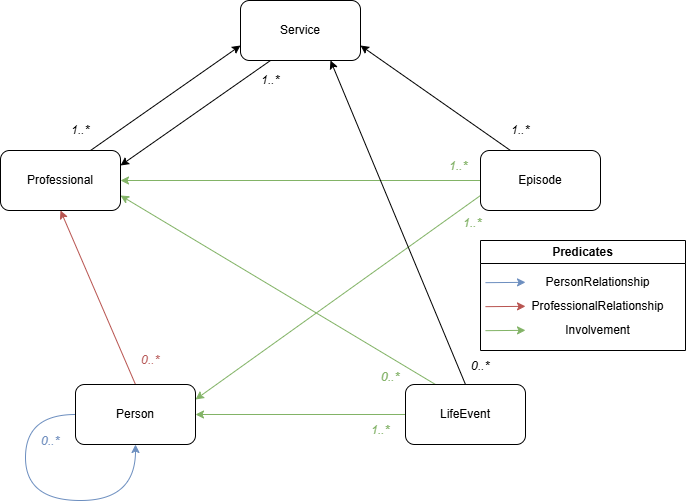
Before: logical_model.drawio.png, a diagram exported from draw.io (SocialCareData/logical-model). Source tidied: cells renumbered, new cells last; positions are measured from the earlier drawing's top-left corner, leaving out a move shared by most shapes.
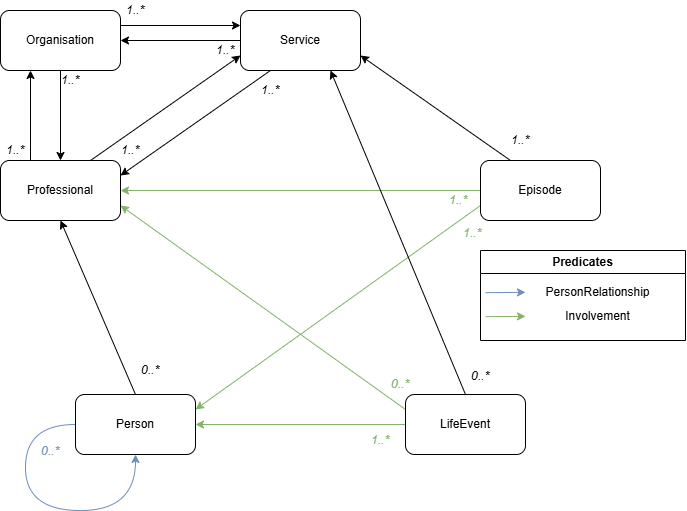
After the commit.

What changed in the source:
```diff
@@ -5,7 +5,10 @@
     <mxCell id="2" style="edgeStyle=none;rounded=0;jettySize=auto;html=1;exitX=0.25;exitY=1;exitDx=0;exitDy=0;entryX=1;entryY=0.25;entryDx=0;entryDy=0;" parent="1" edge="1" source="3" target="15">
       <mxGeometry relative="1" as="geometry" />
     </mxCell>
+    <mxCell id="34" style="edgeStyle=orthogonalEdgeStyle;rounded=0;jettySize=auto;html=1;exitX=0;exitY=0.5;exitDx=0;exitDy=0;entryX=1;entryY=0.5;entryDx=0;entryDy=0;" parent="1" edge="1" source="3" target="38">
+      <mxGeometry relative="1" as="geometry" />
+    </mxCell>
-    <mxCell id="3" value="Service" style="rounded=1;whiteSpace=wrap;html=1;" parent="1" vertex="1">
+    <mxCell id="3" value="Service" style="rounded=1;whiteSpace=wrap;html=1;fillColor=default;" parent="1" vertex="1">
       <mxGeometry x="240" width="120" height="60" as="geometry" />
     </mxCell>
     <mxCell id="4" style="edgeStyle=none;rounded=0;jettySize=auto;html=1;exitX=0;exitY=0.5;exitDx=0;exitDy=0;entryX=1;entryY=0.5;entryDx=0;entryDy=0;fillColor=#d5e8d4;strokeColor=#82b366;" parent="1" edge="1" source="7" target="15">
@@ -17,31 +20,34 @@
     <mxCell id="6" style="edgeStyle=none;rounded=0;jettySize=auto;html=1;exitX=0.25;exitY=0;exitDx=0;exitDy=0;entryX=1;entryY=0.75;entryDx=0;entryDy=0;" parent="1" edge="1" source="7" target="3">
       <mxGeometry relative="1" as="geometry" />
     </mxCell>
-    <mxCell id="7" value="Episode" style="rounded=1;whiteSpace=wrap;html=1;" parent="1" vertex="1">
+    <mxCell id="7" value="Episode" style="rounded=1;whiteSpace=wrap;html=1;fillColor=default;" parent="1" vertex="1">
       <mxGeometry x="480" y="150" width="120" height="60" as="geometry" />
     </mxCell>
     <mxCell id="8" style="edgeStyle=none;rounded=0;jettySize=auto;html=1;exitX=0.5;exitY=0;exitDx=0;exitDy=0;entryX=0.75;entryY=1;entryDx=0;entryDy=0;" parent="1" edge="1" source="11" target="3">
       <mxGeometry relative="1" as="geometry" />
     </mxCell>
-    <mxCell id="9" style="edgeStyle=none;rounded=0;jettySize=auto;html=1;exitX=0.25;exitY=0;exitDx=0;exitDy=0;entryX=1;entryY=0.75;entryDx=0;entryDy=0;fillColor=#d5e8d4;strokeColor=#82b366;" parent="1" edge="1" source="11" target="15">
+    <mxCell id="9" style="edgeStyle=none;rounded=0;jettySize=auto;html=1;exitX=0;exitY=0.25;exitDx=0;exitDy=0;entryX=1;entryY=0.75;entryDx=0;entryDy=0;fillColor=#d5e8d4;strokeColor=#82b366;" parent="1" edge="1" source="11" target="15">
       <mxGeometry relative="1" as="geometry" />
     </mxCell>
     <mxCell id="10" style="edgeStyle=none;rounded=0;jettySize=auto;html=1;exitX=0;exitY=0.5;exitDx=0;exitDy=0;entryX=1;entryY=0.5;entryDx=0;entryDy=0;fillColor=#d5e8d4;strokeColor=#82b366;" parent="1" edge="1" source="11" target="13">
       <mxGeometry relative="1" as="geometry" />
     </mxCell>
-    <mxCell id="11" value="LifeEvent" style="rounded=1;whiteSpace=wrap;html=1;" parent="1" vertex="1">
+    <mxCell id="11" value="LifeEvent" style="rounded=1;whiteSpace=wrap;html=1;fillColor=default;" parent="1" vertex="1">
       <mxGeometry x="405" y="384" width="120" height="60" as="geometry" />
     </mxCell>
-    <mxCell id="12" style="edgeStyle=none;rounded=0;jettySize=auto;html=1;exitX=0.5;exitY=0;exitDx=0;exitDy=0;entryX=0.5;entryY=1;entryDx=0;entryDy=0;fillColor=#f8cecc;strokeColor=#b85450;" parent="1" edge="1" source="13" target="15">
+    <mxCell id="12" style="edgeStyle=none;rounded=0;jettySize=auto;html=1;exitX=0.5;exitY=0;exitDx=0;exitDy=0;entryX=0.5;entryY=1;entryDx=0;entryDy=0;fillColor=#f8cecc;strokeColor=#000000;" parent="1" edge="1" source="13" target="15">
       <mxGeometry relative="1" as="geometry" />
     </mxCell>
-    <mxCell id="13" value="Person" style="rounded=1;whiteSpace=wrap;html=1;" parent="1" vertex="1">
+    <mxCell id="13" value="Person" style="rounded=1;whiteSpace=wrap;html=1;fillColor=default;" parent="1" vertex="1">
       <mxGeometry x="75" y="384" width="120" height="60" as="geometry" />
     </mxCell>
     <mxCell id="14" style="edgeStyle=none;rounded=0;jettySize=auto;html=1;exitX=0.75;exitY=0;exitDx=0;exitDy=0;entryX=0;entryY=0.75;entryDx=0;entryDy=0;" parent="1" edge="1" source="15" target="3">
       <mxGeometry relative="1" as="geometry" />
     </mxCell>
+    <mxCell id="35" style="edgeStyle=orthogonalEdgeStyle;rounded=0;jettySize=auto;html=1;exitX=0.25;exitY=0;exitDx=0;exitDy=0;entryX=0.25;entryY=1;entryDx=0;entryDy=0;" parent="1" edge="1" source="15" target="38">
+      <mxGeometry relative="1" as="geometry" />
+    </mxCell>
-    <mxCell id="15" value="Professional" style="rounded=1;whiteSpace=wrap;html=1;" parent="1" vertex="1">
+    <mxCell id="15" value="Professional" style="rounded=1;whiteSpace=wrap;html=1;fillColor=default;" parent="1" vertex="1">
       <mxGeometry y="150" width="120" height="60" as="geometry" />
     </mxCell>
     <mxCell id="16" style="edgeStyle=orthogonalEdgeStyle;curved=1;rounded=0;orthogonalLoop=1;jettySize=auto;html=1;exitX=0;exitY=0.5;exitDx=0;exitDy=0;entryX=0.5;entryY=1;entryDx=0;entryDy=0;fillColor=#dae8fc;strokeColor=#6c8ebf;" parent="1" edge="1" source="13" target="13">
@@ -53,8 +59,8 @@
         </Array>
       </mxGeometry>
     </mxCell>
-    <mxCell id="17" value="Predicates" style="swimlane;whiteSpace=wrap;html=1;" parent="1" vertex="1">
-      <mxGeometry x="480" y="240" width="205" height="110" as="geometry" />
+    <mxCell id="17" value="Predicates" style="swimlane;whiteSpace=wrap;html=1;fillColor=none;" parent="1" vertex="1">
+      <mxGeometry x="480" y="240" width="205" height="90" as="geometry" />
     </mxCell>
     <mxCell id="18" style="edgeStyle=none;rounded=0;orthogonalLoop=1;jettySize=auto;html=1;fillColor=#dae8fc;strokeColor=#6c8ebf;" parent="17" edge="1">
       <mxGeometry relative="1" as="geometry">
@@ -62,56 +68,68 @@
         <mxPoint x="45" y="41.8" as="targetPoint" />
       </mxGeometry>
     </mxCell>
-    <mxCell id="19" value="PersonRelationship" style="rounded=1;whiteSpace=wrap;html=1;strokeColor=none;" parent="17" vertex="1">
+    <mxCell id="19" value="PersonRelationship" style="rounded=1;whiteSpace=wrap;html=1;strokeColor=none;fillColor=none;" parent="17" vertex="1">
       <mxGeometry x="55" y="30" width="125" height="24" as="geometry" />
     </mxCell>
-    <mxCell id="20" style="edgeStyle=none;rounded=0;orthogonalLoop=1;jettySize=auto;html=1;fillColor=#f8cecc;strokeColor=#b85450;" parent="17" edge="1">
-      <mxGeometry relative="1" as="geometry">
-        <mxPoint x="5" y="66.2" as="sourcePoint" />
-        <mxPoint x="45" y="65.8" as="targetPoint" />
-      </mxGeometry>
-    </mxCell>
-    <mxCell id="21" value="ProfessionalRelationship" style="rounded=1;whiteSpace=wrap;html=1;strokeColor=none;" parent="17" vertex="1">
-      <mxGeometry x="55" y="54" width="125" height="24" as="geometry" />
-    </mxCell>
     <mxCell id="22" style="edgeStyle=none;rounded=0;orthogonalLoop=1;jettySize=auto;html=1;fillColor=#d5e8d4;strokeColor=#82b366;" parent="17" edge="1">
       <mxGeometry relative="1" as="geometry">
-        <mxPoint x="5" y="90.2" as="sourcePoint" />
-        <mxPoint x="45" y="89.8" as="targetPoint" />
+        <mxPoint x="5" y="66.2" as="sourcePoint" />
+        <mxPoint x="45" y="65.8" as="targetPoint" />
       </mxGeometry>
     </mxCell>
-    <mxCell id="23" value="Involvement" style="rounded=1;whiteSpace=wrap;html=1;strokeColor=none;" parent="17" vertex="1">
-      <mxGeometry x="55" y="78" width="125" height="24" as="geometry" />
+    <mxCell id="23" value="Involvement" style="rounded=1;whiteSpace=wrap;html=1;strokeColor=none;fillColor=none;" parent="17" vertex="1">
+      <mxGeometry x="55" y="54" width="125" height="24" as="geometry" />
     </mxCell>
-    <mxCell id="24" value="0..*" style="rounded=1;whiteSpace=wrap;html=1;strokeColor=none;fontStyle=2;" parent="1" vertex="1">
+    <mxCell id="24" value="0..*" style="rounded=1;whiteSpace=wrap;html=1;strokeColor=none;fontStyle=2;fillColor=none;" parent="1" vertex="1">
       <mxGeometry x="465" y="356" width="30" height="20" as="geometry" />
     </mxCell>
-    <mxCell id="25" value="1..*" style="rounded=1;whiteSpace=wrap;html=1;strokeColor=none;fontStyle=2;" parent="1" vertex="1">
-      <mxGeometry x="65" y="120" width="30" height="20" as="geometry" />
+    <mxCell id="25" value="1..*" style="rounded=1;whiteSpace=wrap;html=1;strokeColor=none;fontStyle=2;fillColor=none;" parent="1" vertex="1">
+      <mxGeometry x="115" y="130" width="30" height="20" as="geometry" />
     </mxCell>
-    <mxCell id="26" value="1..*" style="rounded=1;whiteSpace=wrap;html=1;strokeColor=none;fontStyle=2;" parent="1" vertex="1">
+    <mxCell id="26" value="1..*" style="rounded=1;whiteSpace=wrap;html=1;strokeColor=none;fontStyle=2;fillColor=none;" parent="1" vertex="1">
       <mxGeometry x="255" y="70" width="30" height="20" as="geometry" />
     </mxCell>
-    <mxCell id="27" value="1..*" style="rounded=1;whiteSpace=wrap;html=1;strokeColor=none;fontStyle=2;" parent="1" vertex="1">
+    <mxCell id="27" value="1..*" style="rounded=1;whiteSpace=wrap;html=1;strokeColor=none;fontStyle=2;fillColor=none;" parent="1" vertex="1">
       <mxGeometry x="505" y="120" width="30" height="20" as="geometry" />
     </mxCell>
-    <mxCell id="28" value="1..*" style="rounded=1;whiteSpace=wrap;html=1;strokeColor=none;fontStyle=2;fontColor=light-dark(#84b369, #ededed);" parent="1" vertex="1">
+    <mxCell id="28" value="1..*" style="rounded=1;whiteSpace=wrap;html=1;strokeColor=none;fontStyle=2;fontColor=light-dark(#84b369, #ededed);fillColor=none;" parent="1" vertex="1">
       <mxGeometry x="457" y="213" width="30" height="20" as="geometry" />
     </mxCell>
-    <mxCell id="29" value="1..*" style="rounded=1;whiteSpace=wrap;html=1;strokeColor=none;fontStyle=2;fontColor=light-dark(#84b369, #ededed);" parent="1" vertex="1">
-      <mxGeometry x="443" y="156" width="30" height="20" as="geometry" />
+    <mxCell id="29" value="1..*" style="rounded=1;whiteSpace=wrap;html=1;strokeColor=none;fontStyle=2;fontColor=light-dark(#84b369, #ededed);fillColor=none;" parent="1" vertex="1">
+      <mxGeometry x="443" y="180" width="30" height="20" as="geometry" />
     </mxCell>
-    <mxCell id="30" value="0&lt;span style=&quot;background-color: transparent; color: light-dark(rgb(132, 179, 105), rgb(237, 237, 237));&quot;&gt;..*&lt;/span&gt;" style="rounded=1;whiteSpace=wrap;html=1;strokeColor=none;fontStyle=2;fontColor=light-dark(#84b369, #ededed);" parent="1" vertex="1">
-      <mxGeometry x="375" y="367" width="30" height="20" as="geometry" />
+    <mxCell id="30" value="0&lt;span style=&quot;background-color: transparent; color: light-dark(rgb(132, 179, 105), rgb(237, 237, 237));&quot;&gt;..*&lt;/span&gt;" style="rounded=1;whiteSpace=wrap;html=1;strokeColor=none;fontStyle=2;fontColor=light-dark(#84b369, #ededed);fillColor=none;" parent="1" vertex="1">
+      <mxGeometry x="385" y="364" width="30" height="20" as="geometry" />
     </mxCell>
-    <mxCell id="31" value="1..*" style="rounded=1;whiteSpace=wrap;html=1;strokeColor=none;fontStyle=2;fontColor=light-dark(#84b369, #ededed);" parent="1" vertex="1">
+    <mxCell id="31" value="1..*" style="rounded=1;whiteSpace=wrap;html=1;strokeColor=none;fontStyle=2;fontColor=light-dark(#84b369, #ededed);fillColor=none;" parent="1" vertex="1">
       <mxGeometry x="365" y="420" width="30" height="20" as="geometry" />
     </mxCell>
-    <mxCell id="32" value="0..*" style="rounded=1;whiteSpace=wrap;html=1;strokeColor=none;fontStyle=2;fontColor=light-dark(#6f8ebe, #ededed);" parent="1" vertex="1">
+    <mxCell id="32" value="0..*" style="rounded=1;whiteSpace=wrap;html=1;strokeColor=none;fontStyle=2;fontColor=light-dark(#6f8ebe, #ededed);fillColor=none;" parent="1" vertex="1">
       <mxGeometry x="35" y="431" width="30" height="20" as="geometry" />
     </mxCell>
-    <mxCell id="33" value="0..*" style="rounded=1;whiteSpace=wrap;html=1;strokeColor=none;fontStyle=2;fontColor=light-dark(#b55352, #ededed);" parent="1" vertex="1">
+    <mxCell id="33" value="0..*" style="rounded=1;whiteSpace=wrap;html=1;strokeColor=none;fontStyle=2;fontColor=light-dark(#000000,#EDEDED);fillColor=none;" parent="1" vertex="1">
       <mxGeometry x="135" y="350" width="30" height="20" as="geometry" />
     </mxCell>
+    <mxCell id="36" style="edgeStyle=orthogonalEdgeStyle;rounded=0;jettySize=auto;html=1;exitX=0.5;exitY=1;exitDx=0;exitDy=0;entryX=0.5;entryY=0;entryDx=0;entryDy=0;" parent="1" edge="1" source="38" target="15">
+      <mxGeometry relative="1" as="geometry" />
+    </mxCell>
+    <mxCell id="37" style="edgeStyle=orthogonalEdgeStyle;rounded=0;jettySize=auto;html=1;exitX=1;exitY=0.25;exitDx=0;exitDy=0;entryX=0;entryY=0.25;entryDx=0;entryDy=0;" parent="1" edge="1" source="38" target="3">
+      <mxGeometry relative="1" as="geometry" />
+    </mxCell>
+    <mxCell id="38" value="Organisation" style="rounded=1;whiteSpace=wrap;html=1;fillColor=default;" parent="1" vertex="1">
+      <mxGeometry width="120" height="60" as="geometry" />
+    </mxCell>
+    <mxCell id="39" value="1..*" style="rounded=1;whiteSpace=wrap;html=1;strokeColor=none;fontStyle=2;fillColor=none;" parent="1" vertex="1">
+      <mxGeometry x="55" y="60" width="30" height="20" as="geometry" />
+    </mxCell>
+    <mxCell id="40" value="1..*" style="rounded=1;whiteSpace=wrap;html=1;strokeColor=none;fontStyle=2;fillColor=none;" parent="1" vertex="1">
+      <mxGeometry y="130" width="30" height="20" as="geometry" />
+    </mxCell>
+    <mxCell id="41" value="1..*" style="rounded=1;whiteSpace=wrap;html=1;strokeColor=none;fontStyle=2;fillColor=none;" parent="1" vertex="1">
+      <mxGeometry x="210" y="30" width="30" height="20" as="geometry" />
+    </mxCell>
+    <mxCell id="42" value="1..*" style="rounded=1;whiteSpace=wrap;html=1;strokeColor=none;fontStyle=2;fillColor=none;" parent="1" vertex="1">
+      <mxGeometry x="120" y="-10" width="30" height="20" as="geometry" />
+    </mxCell>
   </root>
 </mxGraphModel>
```
